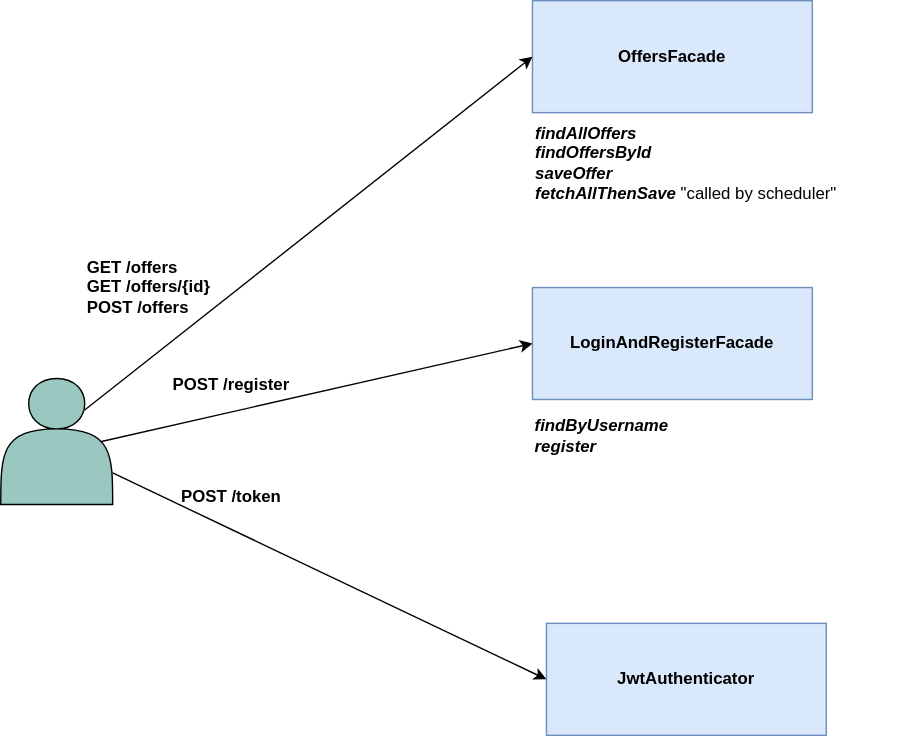
Above: Module_diagram.drawio.svg in faust2077/joboffers (draw.io), before the change. Source tidied: cells renumbered, new cells last; positions are measured from the earlier drawing's top-left corner, leaving out a move shared by most shapes.
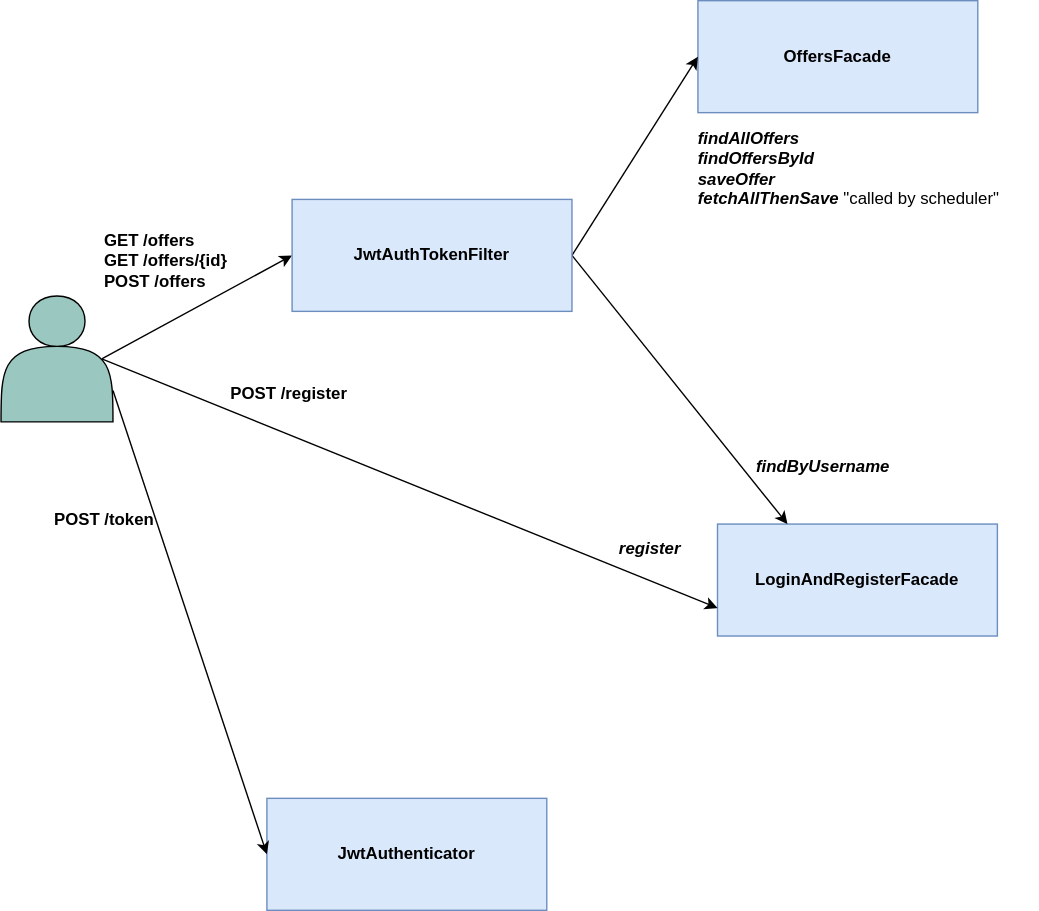
After the change.

What changed in the source:
```diff
@@ -1,42 +1,54 @@
-<mxGraphModel background="#FFFFFF">
+<mxGraphModel background="#ffffff">
   <root>
     <mxCell id="0" />
     <mxCell id="1" parent="0" />
     <mxCell id="2" value="&lt;b&gt;OffersFacade&lt;/b&gt;" style="rounded=0;whiteSpace=wrap;html=1;fillColor=#dae8fc;strokeColor=#6c8ebf;" parent="1" vertex="1">
-      <mxGeometry x="380" width="200" height="80" as="geometry" />
+      <mxGeometry x="498" y="59" width="200" height="80" as="geometry" />
     </mxCell>
     <mxCell id="3" value="&lt;b&gt;LoginAndRegisterFacade&lt;/b&gt;" style="rounded=0;whiteSpace=wrap;html=1;fillColor=#dae8fc;strokeColor=#6c8ebf;" parent="1" vertex="1">
-      <mxGeometry x="380" y="205" width="200" height="80" as="geometry" />
+      <mxGeometry x="512" y="433" width="200" height="80" as="geometry" />
     </mxCell>
     <mxCell id="4" value="&lt;b&gt;JwtAuthenticator&lt;/b&gt;" style="rounded=0;whiteSpace=wrap;html=1;fillColor=#dae8fc;strokeColor=#6c8ebf;" parent="1" vertex="1">
-      <mxGeometry x="390" y="445" width="200" height="80" as="geometry" />
+      <mxGeometry x="190" y="629" width="200" height="80" as="geometry" />
     </mxCell>
+    <mxCell id="7" style="rounded=0;jettySize=auto;html=1;exitX=0.9;exitY=0.5;exitDx=0;exitDy=0;exitPerimeter=0;entryX=0;entryY=0.75;entryDx=0;entryDy=0;" parent="1" edge="1" source="5" target="3">
+      <mxGeometry relative="1" as="geometry" />
+    </mxCell>
+    <mxCell id="14" style="rounded=0;jettySize=auto;html=1;exitX=0.9;exitY=0.5;exitDx=0;exitDy=0;exitPerimeter=0;entryX=0;entryY=0.5;entryDx=0;entryDy=0;" parent="1" edge="1" source="5" target="17">
+      <mxGeometry relative="1" as="geometry" />
+    </mxCell>
     <mxCell id="5" style="shape=actor;whiteSpace=wrap;html=1;fillColor=#9AC7BF;" parent="1" vertex="1">
       <mxGeometry y="270" width="80" height="90" as="geometry" />
     </mxCell>
-    <mxCell id="6" style="endArrow=classic;html=1;rounded=0;exitX=0.75;exitY=0.25;exitDx=0;exitDy=0;exitPerimeter=0;entryX=0;entryY=0.5;entryDx=0;entryDy=0;" parent="1" edge="1" source="5" target="2">
-      <mxGeometry relative="1" as="geometry" />
-    </mxCell>
-    <mxCell id="7" style="endArrow=classic;html=1;rounded=0;exitX=0.9;exitY=0.5;exitDx=0;exitDy=0;exitPerimeter=0;entryX=0;entryY=0.5;entryDx=0;entryDy=0;" parent="1" edge="1" source="5" target="3">
-      <mxGeometry relative="1" as="geometry" />
-    </mxCell>
     <mxCell id="8" style="endArrow=classic;html=1;rounded=0;exitX=1;exitY=0.75;exitDx=0;exitDy=0;entryX=0;entryY=0.5;entryDx=0;entryDy=0;" parent="1" edge="1" source="5" target="4">
       <mxGeometry relative="1" as="geometry" />
     </mxCell>
     <mxCell id="9" value="GET /offers&lt;br&gt;GET /offers/{id}&lt;br&gt;POST /offers" style="text;html=1;align=left;verticalAlign=middle;whiteSpace=wrap;rounded=0;fontStyle=1;" parent="1" vertex="1">
-      <mxGeometry x="60" y="180" width="110" height="50" as="geometry" />
+      <mxGeometry x="72" y="220" width="110" height="50" as="geometry" />
     </mxCell>
     <mxCell id="10" value="&lt;div style=&quot;text-align: left;&quot;&gt;&lt;i&gt;&lt;b&gt;findAllOffers&lt;/b&gt;&lt;/i&gt;&lt;/div&gt;&lt;div style=&quot;text-align: left;&quot;&gt;&lt;i&gt;&lt;b&gt;findOffersById&lt;/b&gt;&lt;/i&gt;&lt;/div&gt;&lt;div style=&quot;text-align: left;&quot;&gt;&lt;i&gt;&lt;b&gt;saveOffer&lt;/b&gt;&lt;/i&gt;&lt;/div&gt;&lt;div style=&quot;text-align: left;&quot;&gt;&lt;b style=&quot;font-style: italic;&quot;&gt;fetchAllThenSave&amp;nbsp;&lt;/b&gt;&quot;called by scheduler&quot;&lt;/div&gt;" style="text;html=1;align=center;verticalAlign=middle;whiteSpace=wrap;rounded=0;" parent="1" vertex="1">
-      <mxGeometry x="355" y="46" width="270" height="140" as="geometry" />
+      <mxGeometry x="471" y="109" width="270" height="140" as="geometry" />
     </mxCell>
     <mxCell id="11" value="POST /register" style="text;html=1;align=center;verticalAlign=middle;whiteSpace=wrap;rounded=0;fontStyle=1;" parent="1" vertex="1">
-      <mxGeometry x="110" y="260" width="110" height="30" as="geometry" />
+      <mxGeometry x="151" y="325" width="110" height="30" as="geometry" />
     </mxCell>
     <mxCell id="12" value="POST /token" style="text;html=1;align=center;verticalAlign=middle;whiteSpace=wrap;rounded=0;fontStyle=1;" parent="1" vertex="1">
-      <mxGeometry x="110" y="340" width="110" height="30" as="geometry" />
+      <mxGeometry x="19" y="415" width="110" height="30" as="geometry" />
     </mxCell>
-    <mxCell id="13" value="&lt;div style=&quot;&quot;&gt;&lt;b&gt;&lt;i&gt;findByUsername&lt;/i&gt;&lt;/b&gt;&lt;/div&gt;&lt;div style=&quot;&quot;&gt;&lt;b&gt;&lt;i&gt;register&lt;/i&gt;&lt;/b&gt;&lt;/div&gt;" style="text;html=1;align=left;verticalAlign=middle;whiteSpace=wrap;rounded=0;" parent="1" vertex="1">
-      <mxGeometry x="380" y="241" width="270" height="140" as="geometry" />
+    <mxCell id="13" value="&lt;div style=&quot;&quot;&gt;&lt;br&gt;&lt;/div&gt;&lt;div style=&quot;&quot;&gt;&lt;b&gt;&lt;i&gt;register&lt;/i&gt;&lt;/b&gt;&lt;/div&gt;" style="text;html=1;align=left;verticalAlign=middle;whiteSpace=wrap;rounded=0;" parent="1" vertex="1">
+      <mxGeometry x="440" y="425" width="48" height="35" as="geometry" />
     </mxCell>
+    <mxCell id="15" style="rounded=0;jettySize=auto;html=1;exitX=1;exitY=0.5;exitDx=0;exitDy=0;entryX=0;entryY=0.5;entryDx=0;entryDy=0;" parent="1" edge="1" source="17" target="2">
+      <mxGeometry relative="1" as="geometry" />
+    </mxCell>
+    <mxCell id="16" style="edgeStyle=none;rounded=0;jettySize=auto;html=1;exitX=1;exitY=0.5;exitDx=0;exitDy=0;entryX=0.25;entryY=0;entryDx=0;entryDy=0;" parent="1" edge="1" source="17" target="3">
+      <mxGeometry relative="1" as="geometry" />
+    </mxCell>
+    <mxCell id="17" value="&lt;b&gt;JwtAuthTokenFilter&lt;/b&gt;" style="rounded=0;whiteSpace=wrap;html=1;fillColor=#dae8fc;strokeColor=#6c8ebf;" parent="1" vertex="1">
+      <mxGeometry x="208" y="201" width="200" height="80" as="geometry" />
+    </mxCell>
+    <mxCell id="18" value="&lt;div style=&quot;&quot;&gt;&lt;br&gt;&lt;/div&gt;&lt;div style=&quot;&quot;&gt;&lt;b&gt;&lt;i&gt;findByUsername&lt;/i&gt;&lt;/b&gt;&lt;/div&gt;" style="text;html=1;align=left;verticalAlign=middle;whiteSpace=wrap;rounded=0;" parent="1" vertex="1">
+      <mxGeometry x="538" y="366" width="48" height="35" as="geometry" />
+    </mxCell>
   </root>
 </mxGraphModel>
```
